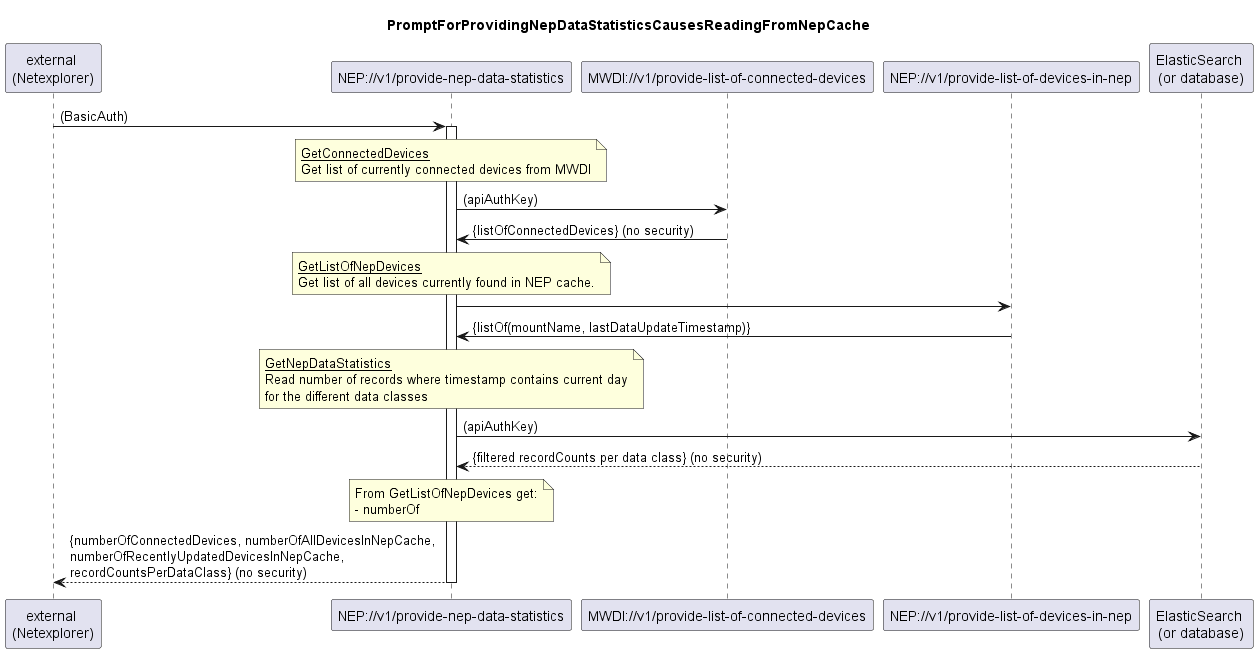
openBackhaul/NetExplorerProxy keeps this PlantUML diagram as spec/diagrams/050_ProvideNepDataStatistics.png. Above is the earlier version.
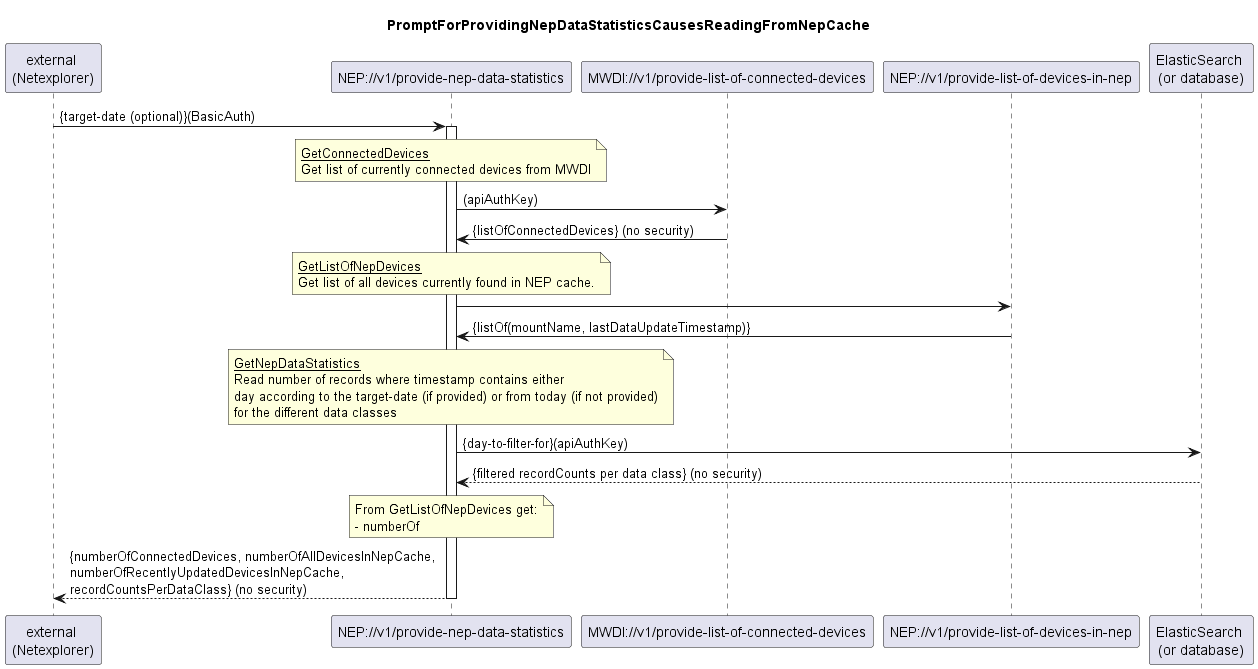
Later version of the same file.

Commit message:
Add new service to return some statistics about data availability in NEP cache Fixes #126

Change to the diagram source:
```diff
@@ -9,7 +9,7 @@
 participant "NEP://v1/provide-list-of-devices-in-nep" as nepDeviceList
 participant "ElasticSearch \n(or database)" as db
 
-external -> nep: (BasicAuth)
+external -> nep: {target-date (optional)}(BasicAuth)
 activate nep
 
 note over nep
@@ -28,10 +28,11 @@
 
 note over nep
   <u>GetNepDataStatistics</u>
-  Read number of records where timestamp contains current day
+  Read number of records where timestamp contains either
+  day according to the target-date (if provided) or from today (if not provided)
   for the different data classes
 end note
-nep -> db: (apiAuthKey)
+nep -> db: {day-to-filter-for}(apiAuthKey)
 db --> nep: {filtered recordCounts per data class} (no security)
 
 
```
